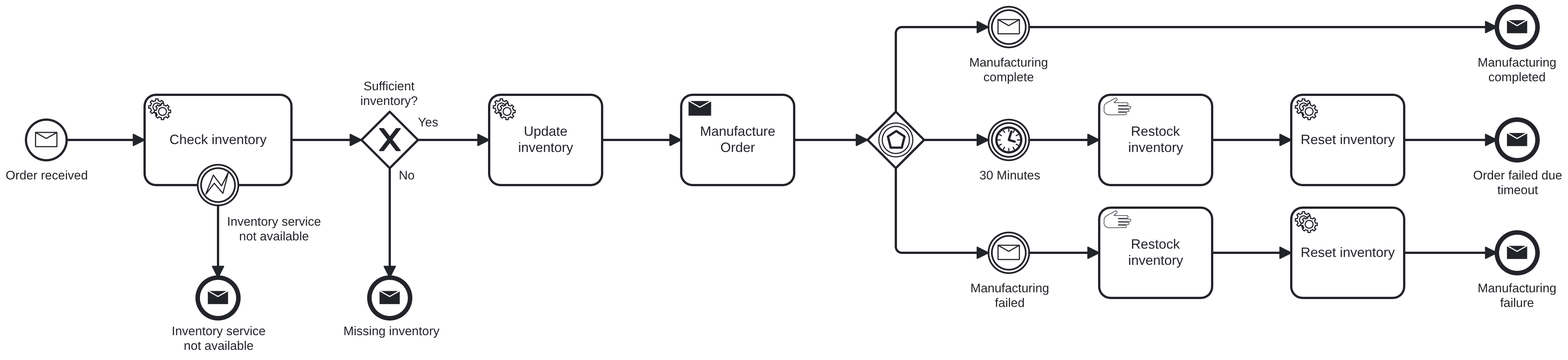
ielpo/edpo-project-group1 keeps this BPMN diagram as doc/assignments/order.png. Above is the earlier version. Its source is kept beside it as process/order.bpmn. Ids are renumbered.
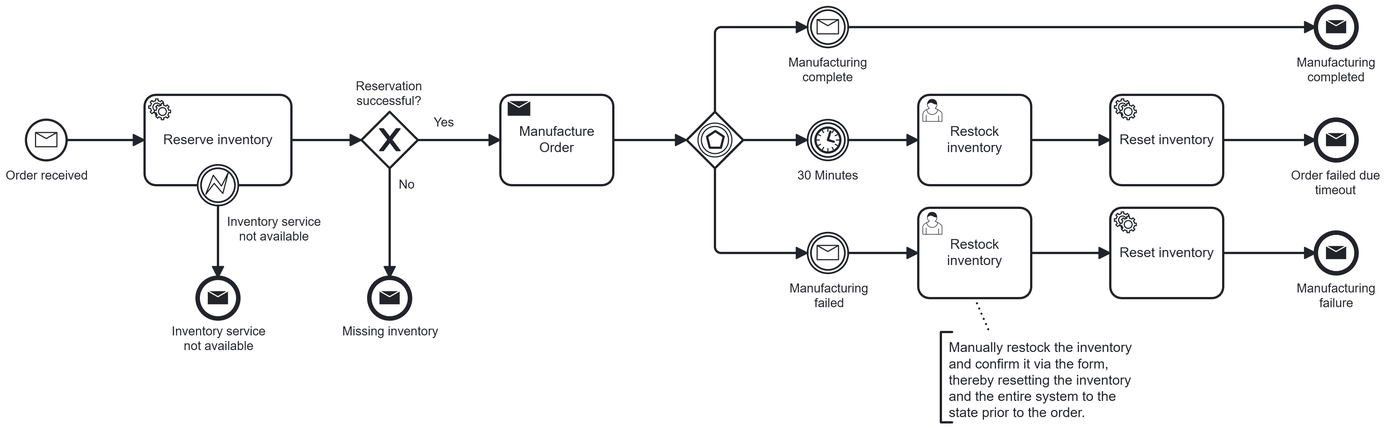
The same file after the commit.

Commit message:
Feature/bpmn (#15)

* Improved order BPMN: race condition fix

* Improved order BPMN: improved clarity

---------

Change to the diagram source:
```diff
@@ -1,10 +1,10 @@
 <bpmn:definitions xmlns:bpmn="http://www.omg.org/spec/BPMN/20100524/MODEL" xmlns:bpmndi="http://www.omg.org/spec/BPMN/20100524/DI" xmlns:dc="http://www.omg.org/spec/DD/20100524/DC" xmlns:camunda="http://camunda.org/schema/1.0/bpmn" xmlns:di="http://www.omg.org/spec/DD/20100524/DI" xmlns:modeler="http://camunda.org/schema/modeler/1.0" id="Definitions_n1" targetNamespace="http://bpmn.io/schema/bpmn" exporter="Camunda Modeler" exporterVersion="5.45.0" modeler:executionPlatform="Camunda Platform" modeler:executionPlatformVersion="7.24.0">
   <bpmn:process id="Process_n2" isExecutable="true">
-    <bpmn:serviceTask id="Task_VerifyOrder" name="Check inventory" camunda:type="external" camunda:topic="verify-order">
+    <bpmn:serviceTask id="Task_VerifyOrder" name="Reserve inventory" camunda:type="external" camunda:topic="verify-order">
       <bpmn:incoming>Flow_n3</bpmn:incoming>
       <bpmn:outgoing>Flow_n4</bpmn:outgoing>
     </bpmn:serviceTask>
-    <bpmn:exclusiveGateway id="Gateway_n5" name="Sufficient inventory?">
+    <bpmn:exclusiveGateway id="Gateway_n5" name="Reservation successful?">
       <bpmn:incoming>Flow_n4</bpmn:incoming>
       <bpmn:outgoing>Flow_n6</bpmn:outgoing>
       <bpmn:outgoing>Flow_n7</bpmn:outgoing>
@@ -15,9 +15,9 @@
     </bpmn:startEvent>
     <bpmn:sequenceFlow id="Flow_n3" sourceRef="Event_n8" targetRef="Task_VerifyOrder" />
     <bpmn:sequenceFlow id="Flow_n4" sourceRef="Task_VerifyOrder" targetRef="Gateway_n5" />
-    <bpmn:sequenceFlow id="Flow_n6" name="Yes" sourceRef="Gateway_n5" targetRef="Activity_n10" />
+    <bpmn:sequenceFlow id="Flow_n6" name="Yes" sourceRef="Gateway_n5" targetRef="Activity_n11" />
     <bpmn:sendTask id="Activity_n11" name="Manufacture Order">
-      <bpmn:incoming>Flow_n12</bpmn:incoming>
+      <bpmn:incoming>Flow_n6</bpmn:incoming>
       <bpmn:outgoing>Flow_n13</bpmn:outgoing>
     </bpmn:sendTask>
     <bpmn:sequenceFlow id="Flow_n13" sourceRef="Activity_n11" targetRef="Gateway_customerResponse" />
@@ -68,21 +68,8 @@
       <bpmn:errorEventDefinition id="ErrorEventDefinition_n40" />
     </bpmn:boundaryEvent>
     <bpmn:sequenceFlow id="Flow_n37" sourceRef="Event_n39" targetRef="Event_n36" />
-    <bpmn:sequenceFlow id="Flow_n12" sourceRef="Activity_n10" targetRef="Activity_n11" />
-    <bpmn:serviceTask id="Activity_n10" name="Update inventory">
-      <bpmn:incoming>Flow_n6</bpmn:incoming>
-      <bpmn:outgoing>Flow_n12</bpmn:outgoing>
-    </bpmn:serviceTask>
     <bpmn:sequenceFlow id="Flow_n41" sourceRef="Activity_n32" targetRef="Activity_n42" />
-    <bpmn:manualTask id="Activity_n32" name="Restock inventory">
-      <bpmn:incoming>Flow_n18</bpmn:incoming>
-      <bpmn:outgoing>Flow_n41</bpmn:outgoing>
-    </bpmn:manualTask>
     <bpmn:sequenceFlow id="Flow_n21" sourceRef="Event_n20" targetRef="Event_n30" />
-    <bpmn:manualTask id="Activity_n29" name="Restock inventory">
-      <bpmn:incoming>Flow_n24</bpmn:incoming>
-      <bpmn:outgoing>Flow_n43</bpmn:outgoing>
-    </bpmn:manualTask>
     <bpmn:sequenceFlow id="Flow_n43" sourceRef="Activity_n29" targetRef="Activity_n44" />
     <bpmn:serviceTask id="Activity_n42" name="Reset inventory">
       <bpmn:incoming>Flow_n41</bpmn:incoming>
@@ -99,9 +86,75 @@
       <bpmn:messageEventDefinition id="MessageEventDefinition_n46" />
     </bpmn:endEvent>
     <bpmn:sequenceFlow id="Flow_n7" name="No" sourceRef="Gateway_n5" targetRef="Event_n45" />
+    <bpmn:userTask id="Activity_n32" name="Restock inventory">
+      <bpmn:incoming>Flow_n18</bpmn:incoming>
+      <bpmn:outgoing>Flow_n41</bpmn:outgoing>
+    </bpmn:userTask>
+    <bpmn:userTask id="Activity_n29" name="Restock inventory">
+      <bpmn:incoming>Flow_n24</bpmn:incoming>
+      <bpmn:outgoing>Flow_n43</bpmn:outgoing>
+    </bpmn:userTask>
+    <bpmn:textAnnotation id="TextAnnotation_n53">
+      <bpmn:text>Manually restock the inventory and confirm it via the form, thereby resetting the inventory and the entire system to the state prior to the order.</bpmn:text>
+    </bpmn:textAnnotation>
+    <bpmn:association id="Association_n54" associationDirection="None" sourceRef="Activity_n29" targetRef="TextAnnotation_n53" />
   </bpmn:process>
   <bpmndi:BPMNDiagram id="BPMNDiagram_1">
     <bpmndi:BPMNPlane id="BPMNPlane_1" bpmnElement="Process_n2">
+      <bpmndi:BPMNShape id="Activity_0y7zkaz_di" bpmnElement="Activity_n11">
+        <dc:Bounds x="590" y="160" width="100" height="80" />
+        <bpmndi:BPMNLabel />
+      </bpmndi:BPMNShape>
+      <bpmndi:BPMNShape id="Gateway_customerResponse_di" bpmnElement="Gateway_customerResponse">
+        <dc:Bounds x="755" y="175" width="50" height="50" />
+        <bpmndi:BPMNLabel>
+          <dc:Bounds x="812" y="344" width="76" height="14" />
+        </bpmndi:BPMNLabel>
+      </bpmndi:BPMNShape>
+      <bpmndi:BPMNShape id="Event_n17_di" bpmnElement="Event_n17">
+        <dc:Bounds x="862" y="182" width="36" height="36" />
+        <bpmndi:BPMNLabel>
+          <dc:Bounds x="853" y="225" width="55" height="14" />
+        </bpmndi:BPMNLabel>
+      </bpmndi:BPMNShape>
+      <bpmndi:BPMNShape id="Event_n20_di" bpmnElement="Event_n20">
+        <dc:Bounds x="862" y="82" width="36" height="36" />
+        <bpmndi:BPMNLabel>
+          <dc:Bounds x="845" y="125" width="70" height="27" />
+        </bpmndi:BPMNLabel>
+      </bpmndi:BPMNShape>
+      <bpmndi:BPMNShape id="Event_n23_di" bpmnElement="Event_n23">
+        <dc:Bounds x="862" y="282" width="36" height="36" />
+        <bpmndi:BPMNLabel>
+          <dc:Bounds x="846" y="325" width="70" height="27" />
+        </bpmndi:BPMNLabel>
+      </bpmndi:BPMNShape>
+      <bpmndi:BPMNShape id="Event_n26_di" bpmnElement="Event_n26">
+        <dc:Bounds x="1312" y="282" width="36" height="36" />
+        <bpmndi:BPMNLabel>
+          <dc:Bounds x="1295" y="325" width="70" height="27" />
+        </bpmndi:BPMNLabel>
+      </bpmndi:BPMNShape>
+      <bpmndi:BPMNShape id="Event_07idzxk_di" bpmnElement="Event_n30">
+        <dc:Bounds x="1312" y="82" width="36" height="36" />
+        <bpmndi:BPMNLabel>
+          <dc:Bounds x="1295" y="125" width="70" height="27" />
+        </bpmndi:BPMNLabel>
+      </bpmndi:BPMNShape>
+      <bpmndi:BPMNShape id="Event_13zgvhc_di" bpmnElement="Event_n33">
+        <dc:Bounds x="1312" y="182" width="36" height="36" />
+        <bpmndi:BPMNLabel>
+          <dc:Bounds x="1290" y="225" width="80" height="27" />
+        </bpmndi:BPMNLabel>
+      </bpmndi:BPMNShape>
+      <bpmndi:BPMNShape id="BPMNShape_n52" bpmnElement="Activity_n42">
+        <dc:Bounds x="1130" y="160" width="100" height="80" />
+        <bpmndi:BPMNLabel />
+      </bpmndi:BPMNShape>
+      <bpmndi:BPMNShape id="BPMNShape_n51" bpmnElement="Activity_n44">
+        <dc:Bounds x="1130" y="260" width="100" height="80" />
+        <bpmndi:BPMNLabel />
+      </bpmndi:BPMNShape>
       <bpmndi:BPMNShape id="Task_VerifyOrder_di" bpmnElement="Task_VerifyOrder">
         <dc:Bounds x="275" y="160" width="130" height="80" />
         <bpmndi:BPMNLabel />
@@ -109,7 +162,7 @@
       <bpmndi:BPMNShape id="BPMNShape_n47" bpmnElement="Gateway_n5" isMarkerVisible="true">
         <dc:Bounds x="467" y="175" width="50" height="50" />
         <bpmndi:BPMNLabel>
-          <dc:Bounds x="466" y="146" width="51" height="27" />
+          <dc:Bounds x="462" y="146" width="59" height="27" />
         </bpmndi:BPMNLabel>
       </bpmndi:BPMNShape>
       <bpmndi:BPMNShape id="Event_0gmr6a5_di" bpmnElement="Event_n8">
@@ -130,77 +183,75 @@
           <dc:Bounds x="450" y="363" width="86" height="14" />
         </bpmndi:BPMNLabel>
       </bpmndi:BPMNShape>
-      <bpmndi:BPMNShape id="Activity_0y7zkaz_di" bpmnElement="Activity_n11">
-        <dc:Bounds x="750" y="160" width="100" height="80" />
-        <bpmndi:BPMNLabel />
+      <bpmndi:BPMNShape id="Activity_1jtijix_di" bpmnElement="Activity_n32">
+        <dc:Bounds x="960" y="160" width="100" height="80" />
       </bpmndi:BPMNShape>
-      <bpmndi:BPMNShape id="Gateway_customerResponse_di" bpmnElement="Gateway_customerResponse">
-        <dc:Bounds x="915" y="175" width="50" height="50" />
-        <bpmndi:BPMNLabel>
-          <dc:Bounds x="812" y="344" width="76" height="14" />
-        </bpmndi:BPMNLabel>
+      <bpmndi:BPMNShape id="Activity_1rj7yq0_di" bpmnElement="Activity_n29">
+        <dc:Bounds x="960" y="260" width="100" height="80" />
       </bpmndi:BPMNShape>
-      <bpmndi:BPMNShape id="Event_n23_di" bpmnElement="Event_n23">
-        <dc:Bounds x="1022" y="282" width="36" height="36" />
-        <bpmndi:BPMNLabel>
-          <dc:Bounds x="1006" y="325" width="70" height="27" />
-        </bpmndi:BPMNLabel>
-      </bpmndi:BPMNShape>
-      <bpmndi:BPMNShape id="Event_n26_di" bpmnElement="Event_n26">
-        <dc:Bounds x="1472" y="282" width="36" height="36" />
-        <bpmndi:BPMNLabel>
-          <dc:Bounds x="1455" y="325" width="70" height="27" />
-        </bpmndi:BPMNLabel>
-      </bpmndi:BPMNShape>
-      <bpmndi:BPMNShape id="Activity_0cgc8oo_di" bpmnElement="Activity_n10">
-        <dc:Bounds x="580" y="160" width="100" height="80" />
-      </bpmndi:BPMNShape>
-      <bpmndi:BPMNShape id="BPMNShape_n50" bpmnElement="Activity_n29">
-        <dc:Bounds x="1120" y="260" width="100" height="80" />
-        <bpmndi:BPMNLabel />
-      </bpmndi:BPMNShape>
-      <bpmndi:BPMNShape id="BPMNShape_n51" bpmnElement="Activity_n44">
-        <dc:Bounds x="1290" y="260" width="100" height="80" />
-        <bpmndi:BPMNLabel />
-      </bpmndi:BPMNShape>
-      <bpmndi:BPMNShape id="Event_n17_di" bpmnElement="Event_n17">
-        <dc:Bounds x="1022" y="182" width="36" height="36" />
-        <bpmndi:BPMNLabel>
-          <dc:Bounds x="1013" y="225" width="55" height="14" />
-        </bpmndi:BPMNLabel>
-      </bpmndi:BPMNShape>
-      <bpmndi:BPMNShape id="Activity_0e5qimt_di" bpmnElement="Activity_n32">
-        <dc:Bounds x="1120" y="160" width="100" height="80" />
-        <bpmndi:BPMNLabel />
-      </bpmndi:BPMNShape>
-      <bpmndi:BPMNShape id="BPMNShape_n52" bpmnElement="Activity_n42">
-        <dc:Bounds x="1290" y="160" width="100" height="80" />
-        <bpmndi:BPMNLabel />
-      </bpmndi:BPMNShape>
-      <bpmndi:BPMNShape id="Event_13zgvhc_di" bpmnElement="Event_n33">
-        <dc:Bounds x="1472" y="182" width="36" height="36" />
-        <bpmndi:BPMNLabel>
-          <dc:Bounds x="1450" y="225" width="80" height="27" />
-        </bpmndi:BPMNLabel>
-      </bpmndi:BPMNShape>
-      <bpmndi:BPMNShape id="Event_n20_di" bpmnElement="Event_n20">
-        <dc:Bounds x="1022" y="82" width="36" height="36" />
-        <bpmndi:BPMNLabel>
-          <dc:Bounds x="1005" y="125" width="70" height="27" />
-        </bpmndi:BPMNLabel>
-      </bpmndi:BPMNShape>
-      <bpmndi:BPMNShape id="Event_07idzxk_di" bpmnElement="Event_n30">
-        <dc:Bounds x="1472" y="82" width="36" height="36" />
-        <bpmndi:BPMNLabel>
-          <dc:Bounds x="1455" y="125" width="70" height="27" />
-        </bpmndi:BPMNLabel>
-      </bpmndi:BPMNShape>
+      <bpmndi:BPMNEdge id="Association_n54_di" bpmnElement="Association_n54">
+        <di:waypoint x="1010" y="340" />
+        <di:waypoint x="1023" y="370" />
+      </bpmndi:BPMNEdge>
       <bpmndi:BPMNShape id="Event_n39_di" bpmnElement="Event_n39">
         <dc:Bounds x="322" y="222" width="36" height="36" />
         <bpmndi:BPMNLabel>
           <dc:Bounds x="348" y="266" width="84" height="27" />
         </bpmndi:BPMNLabel>
       </bpmndi:BPMNShape>
+      <bpmndi:BPMNEdge id="Flow_n6_di" bpmnElement="Flow_n6">
+        <di:waypoint x="517" y="200" />
+        <di:waypoint x="590" y="200" />
+        <bpmndi:BPMNLabel>
+          <dc:Bounds x="531" y="178" width="18" height="14" />
+        </bpmndi:BPMNLabel>
+      </bpmndi:BPMNEdge>
+      <bpmndi:BPMNEdge id="Flow_n13_di" bpmnElement="Flow_n13">
+        <di:waypoint x="690" y="200" />
+        <di:waypoint x="755" y="200" />
+      </bpmndi:BPMNEdge>
+      <bpmndi:BPMNEdge id="Flow_n14_di" bpmnElement="Flow_n14">
+        <di:waypoint x="805" y="200" />
+        <di:waypoint x="862" y="200" />
+      </bpmndi:BPMNEdge>
+      <bpmndi:BPMNEdge id="Flow_n15_di" bpmnElement="Flow_n15">
+        <di:waypoint x="780" y="225" />
+        <di:waypoint x="780" y="300" />
+        <di:waypoint x="862" y="300" />
+      </bpmndi:BPMNEdge>
+      <bpmndi:BPMNEdge id="Flow_n16_di" bpmnElement="Flow_n16">
+        <di:waypoint x="780" y="175" />
+        <di:waypoint x="780" y="100" />
+        <di:waypoint x="862" y="100" />
+      </bpmndi:BPMNEdge>
+      <bpmndi:BPMNEdge id="Flow_n18_di" bpmnElement="Flow_n18">
+        <di:waypoint x="898" y="200" />
+        <di:waypoint x="960" y="200" />
+      </bpmndi:BPMNEdge>
+      <bpmndi:BPMNEdge id="Flow_n21_di" bpmnElement="Flow_n21">
+        <di:waypoint x="898" y="100" />
+        <di:waypoint x="1312" y="100" />
+      </bpmndi:BPMNEdge>
+      <bpmndi:BPMNEdge id="Flow_n24_di" bpmnElement="Flow_n24">
+        <di:waypoint x="898" y="300" />
+        <di:waypoint x="960" y="300" />
+      </bpmndi:BPMNEdge>
+      <bpmndi:BPMNEdge id="Flow_n27_di" bpmnElement="Flow_n27">
+        <di:waypoint x="1230" y="300" />
+        <di:waypoint x="1312" y="300" />
+      </bpmndi:BPMNEdge>
+      <bpmndi:BPMNEdge id="Flow_n34_di" bpmnElement="Flow_n34">
+        <di:waypoint x="1230" y="200" />
+        <di:waypoint x="1312" y="200" />
+      </bpmndi:BPMNEdge>
+      <bpmndi:BPMNEdge id="Flow_n41_di" bpmnElement="Flow_n41">
+        <di:waypoint x="1060" y="200" />
+        <di:waypoint x="1130" y="200" />
+      </bpmndi:BPMNEdge>
+      <bpmndi:BPMNEdge id="Flow_n43_di" bpmnElement="Flow_n43">
+        <di:waypoint x="1060" y="300" />
+        <di:waypoint x="1130" y="300" />
+      </bpmndi:BPMNEdge>
       <bpmndi:BPMNEdge id="Flow_n3_di" bpmnElement="Flow_n3">
         <di:waypoint x="206" y="200" />
         <di:waypoint x="275" y="200" />
@@ -209,74 +260,21 @@
         <di:waypoint x="405" y="200" />
         <di:waypoint x="467" y="200" />
       </bpmndi:BPMNEdge>
-      <bpmndi:BPMNEdge id="Flow_n6_di" bpmnElement="Flow_n6">
-        <di:waypoint x="517" y="200" />
-        <di:waypoint x="580" y="200" />
-        <bpmndi:BPMNLabel>
-          <dc:Bounds x="517" y="178" width="18" height="14" />
-        </bpmndi:BPMNLabel>
-      </bpmndi:BPMNEdge>
       <bpmndi:BPMNEdge id="Flow_n7_di" bpmnElement="Flow_n7">
         <di:waypoint x="492" y="225" />
         <di:waypoint x="492" y="322" />
         <bpmndi:BPMNLabel>
-          <dc:Bounds x="500" y="225" width="15" height="14" />
+          <dc:Bounds x="500" y="233" width="15" height="14" />
         </bpmndi:BPMNLabel>
       </bpmndi:BPMNEdge>
       <bpmndi:BPMNEdge id="Flow_n37_di" bpmnElement="Flow_n37">
         <di:waypoint x="340" y="258" />
         <di:waypoint x="340" y="322" />
       </bpmndi:BPMNEdge>
-      <bpmndi:BPMNEdge id="Flow_n12_di" bpmnElement="Flow_n12">
-        <di:waypoint x="680" y="200" />
-        <di:waypoint x="750" y="200" />
-      </bpmndi:BPMNEdge>
-      <bpmndi:BPMNEdge id="Flow_n13_di" bpmnElement="Flow_n13">
-        <di:waypoint x="850" y="200" />
-        <di:waypoint x="915" y="200" />
-      </bpmndi:BPMNEdge>
-      <bpmndi:BPMNEdge id="Flow_n14_di" bpmnElement="Flow_n14">
-        <di:waypoint x="965" y="200" />
-        <di:waypoint x="1022" y="200" />
-      </bpmndi:BPMNEdge>
-      <bpmndi:BPMNEdge id="Flow_n15_di" bpmnElement="Flow_n15">
-        <di:waypoint x="940" y="225" />
-        <di:waypoint x="940" y="300" />
-        <di:waypoint x="1022" y="300" />
-      </bpmndi:BPMNEdge>
-      <bpmndi:BPMNEdge id="Flow_n16_di" bpmnElement="Flow_n16">
-        <di:waypoint x="940" y="175" />
-        <di:waypoint x="940" y="100" />
-        <di:waypoint x="1022" y="100" />
-      </bpmndi:BPMNEdge>
-      <bpmndi:BPMNEdge id="Flow_n24_di" bpmnElement="Flow_n24">
-        <di:waypoint x="1058" y="300" />
-        <di:waypoint x="1120" y="300" />
-      </bpmndi:BPMNEdge>
-      <bpmndi:BPMNEdge id="Flow_n27_di" bpmnElement="Flow_n27">
-        <di:waypoint x="1390" y="300" />
-        <di:waypoint x="1472" y="300" />
-      </bpmndi:BPMNEdge>
-      <bpmndi:BPMNEdge id="Flow_n43_di" bpmnElement="Flow_n43">
-        <di:waypoint x="1220" y="300" />
-        <di:waypoint x="1290" y="300" />
-      </bpmndi:BPMNEdge>
-      <bpmndi:BPMNEdge id="Flow_n18_di" bpmnElement="Flow_n18">
-        <di:waypoint x="1058" y="200" />
-        <di:waypoint x="1120" y="200" />
-      </bpmndi:BPMNEdge>
-      <bpmndi:BPMNEdge id="Flow_n41_di" bpmnElement="Flow_n41">
-        <di:waypoint x="1220" y="200" />
-        <di:waypoint x="1290" y="200" />
-      </bpmndi:BPMNEdge>
-      <bpmndi:BPMNEdge id="Flow_n34_di" bpmnElement="Flow_n34">
-        <di:waypoint x="1390" y="200" />
-        <di:waypoint x="1472" y="200" />
-      </bpmndi:BPMNEdge>
-      <bpmndi:BPMNEdge id="Flow_n21_di" bpmnElement="Flow_n21">
-        <di:waypoint x="1058" y="100" />
-        <di:waypoint x="1472" y="100" />
-      </bpmndi:BPMNEdge>
+      <bpmndi:BPMNShape id="TextAnnotation_n53_di" bpmnElement="TextAnnotation_n53">
+        <dc:Bounds x="980" y="370" width="190" height="80" />
+        <bpmndi:BPMNLabel />
+      </bpmndi:BPMNShape>
     </bpmndi:BPMNPlane>
   </bpmndi:BPMNDiagram>
 </bpmn:definitions>
```
